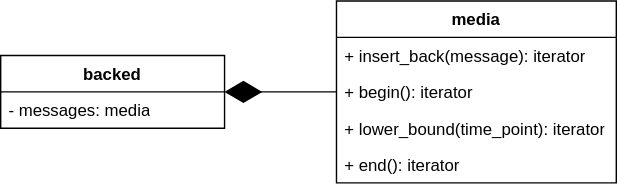
Before: doc/threads_backed.svg, a diagram exported from draw.io (vitalii-samoilenko/ai-chat-bot). Source tidied: cells renumbered, new cells last; positions are measured from the earlier drawing's top-left corner, leaving out a move shared by most shapes.
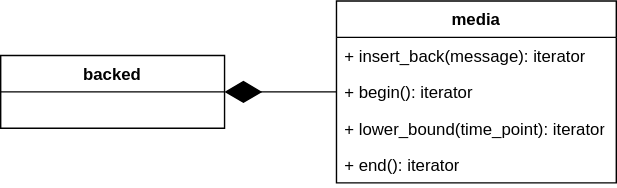
The same diagram one commit later.

Change to the diagram source:
```diff
@@ -5,9 +5,6 @@
     <mxCell id="2" value="backed" style="swimlane;fontStyle=1;align=center;verticalAlign=top;horizontal=1;startSize=26;whiteSpace=wrap;html=1;" parent="1" vertex="1">
       <mxGeometry y="39" width="160" height="52" as="geometry" />
     </mxCell>
-    <mxCell id="3" value="- messages: media" style="text;strokeColor=none;fillColor=none;align=left;verticalAlign=top;spacingLeft=4;spacingRight=4;overflow=hidden;whiteSpace=wrap;html=1;" parent="2" vertex="1">
-      <mxGeometry y="26" width="160" height="26" as="geometry" />
-    </mxCell>
     <mxCell id="4" value="media" style="swimlane;fontStyle=1;align=center;verticalAlign=top;horizontal=1;startSize=26;whiteSpace=wrap;html=1;" parent="1" vertex="1">
       <mxGeometry x="240" width="200" height="130" as="geometry" />
     </mxCell>
```
